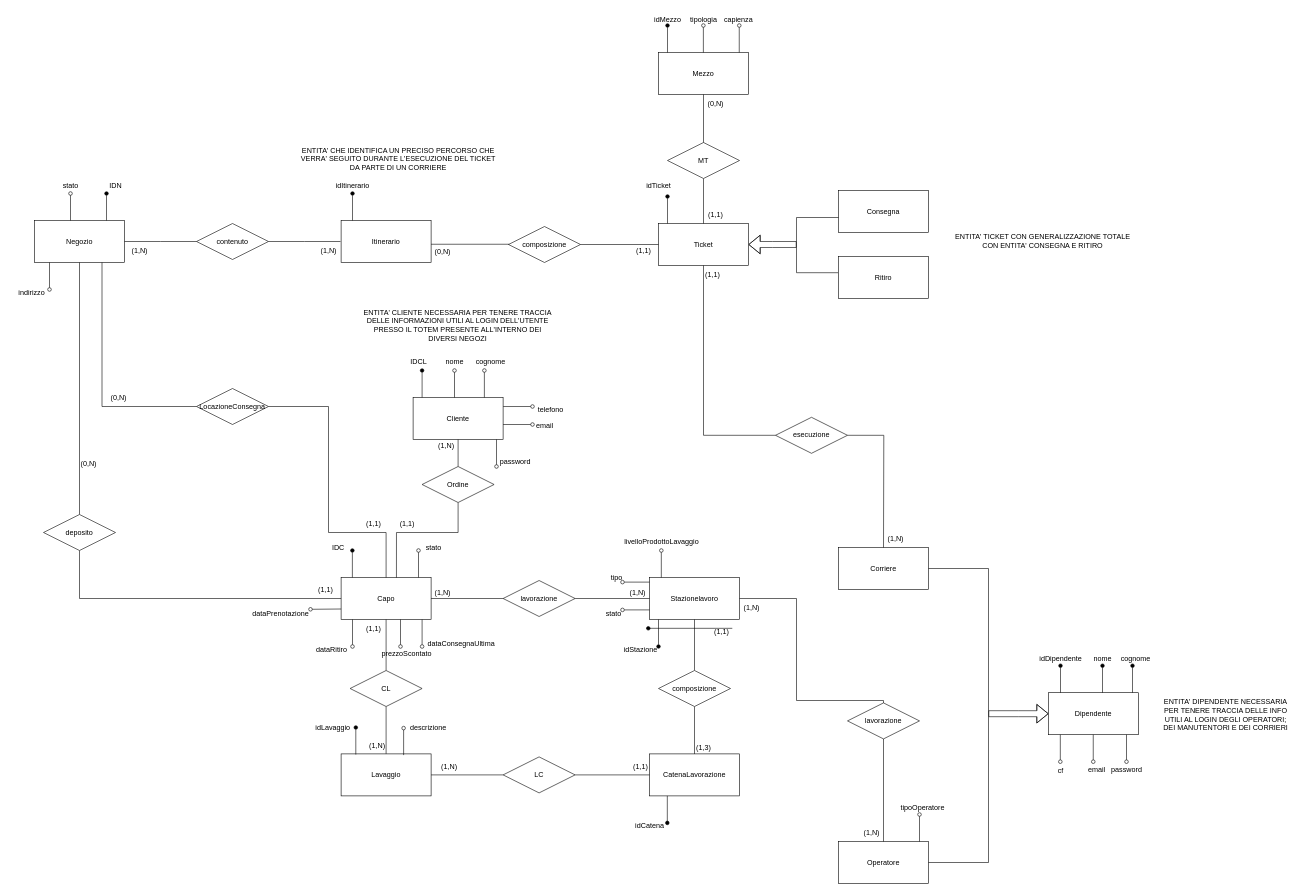
IngSW-unipv/Progetto-M25 keeps this draw.io diagram as Docs/8 - ModelloER/8 - ModelloER_v2.drawio. Above is the earlier version. Source tidied: cells renumbered, new cells numbered last; positions are measured from the earlier drawing's top-left corner, leaving out a move shared by most shapes. Both pictures are drawn from the tidied source at 60%, with x=0, y=0 at pixel (10, 10).
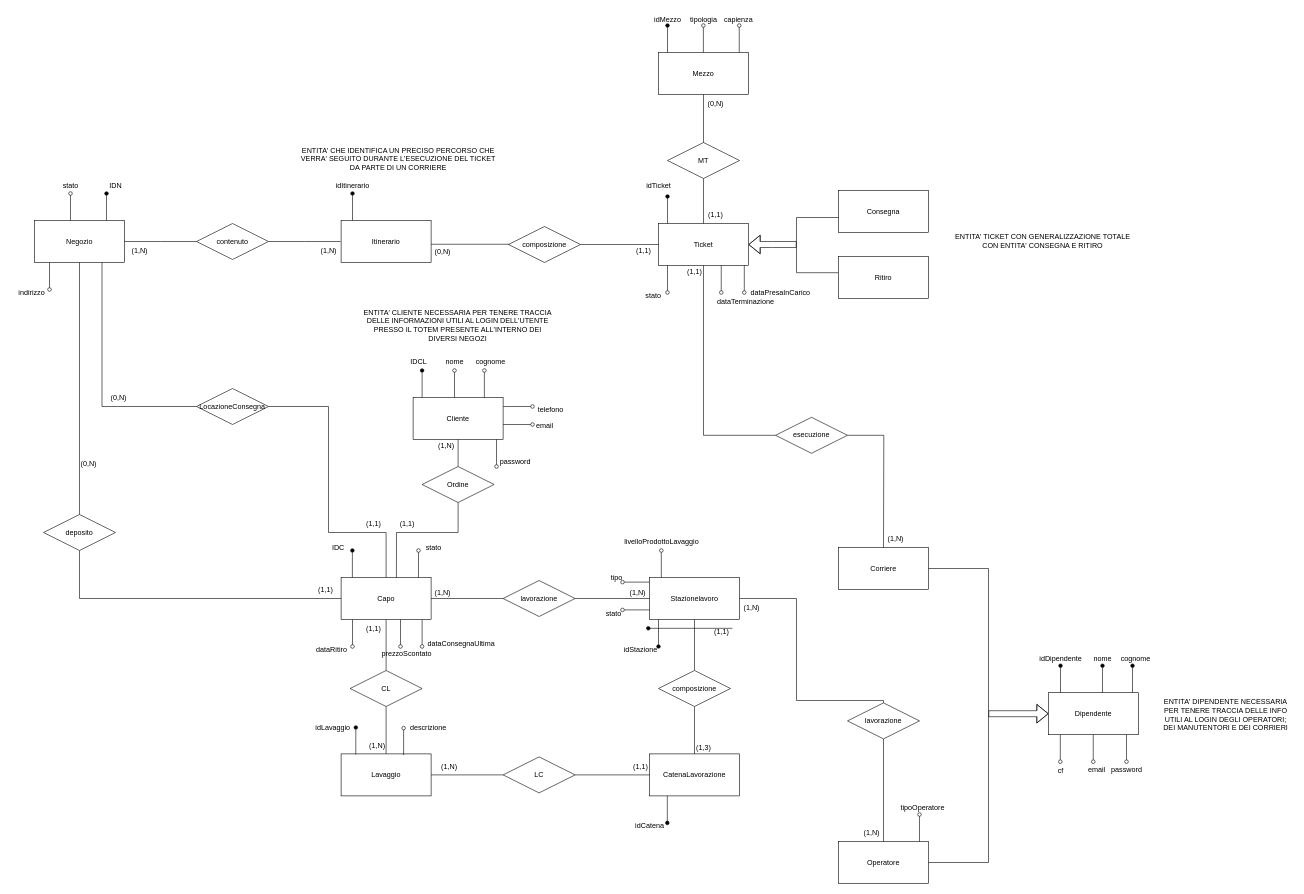
Above is the later version.

Commit message (it also covers changes not shown here):
commit parziale lavoro 12/02

The change refers to these unchanged cells:
```xml
<mxCell id="4" value="Capo" style="whiteSpace=wrap;html=1;align=center;" parent="1" vertex="1">
  <mxGeometry x="551" y="945" width="150" height="70" as="geometry" />
</mxCell>
```

What changed in the source:
```diff
@@
     <mxCell id="116" value="(1,1)" style="text;html=1;align=center;verticalAlign=middle;strokeColor=none;fillColor=none;" parent="1" vertex="1">
-      <mxGeometry x="1145" y="425" width="50" height="30" as="geometry" />
+      <mxGeometry x="1115" y="420" width="50" height="30" as="geometry" />
     </mxCell>
@@
-    <mxCell id="143" style="endArrow=none;html=1;rounded=0;endFill=1;startArrow=oval;startFill=0;entryX=0;entryY=0.75;entryDx=0;entryDy=0;" parent="1" edge="1" target="4">
-      <mxGeometry relative="1" as="geometry">
-        <mxPoint x="500" y="998" as="sourcePoint" />
-      </mxGeometry>
-    </mxCell>
-    <mxCell id="144" value="dataPrenotazione" style="text;html=1;align=center;verticalAlign=middle;strokeColor=none;fillColor=none;" parent="1" vertex="1">
-      <mxGeometry x="390" y="991" width="120" height="30" as="geometry" />
-    </mxCell>
@@
+    <mxCell id="153" style="endArrow=none;html=1;rounded=0;endFill=0;startArrow=oval;startFill=0;" parent="1" edge="1">
+      <mxGeometry relative="1" as="geometry">
+        <mxPoint x="1095" y="470" as="sourcePoint" />
+        <mxPoint x="1095" y="425" as="targetPoint" />
+      </mxGeometry>
+    </mxCell>
+    <mxCell id="154" value="stato" style="text;html=1;align=center;verticalAlign=middle;strokeColor=none;fillColor=none;" parent="1" vertex="1">
+      <mxGeometry x="1046" y="460" width="50" height="30" as="geometry" />
+    </mxCell>
+    <mxCell id="155" style="endArrow=none;html=1;rounded=0;endFill=0;startArrow=oval;startFill=0;" parent="1" edge="1">
+      <mxGeometry relative="1" as="geometry">
+        <mxPoint x="1223" y="470" as="sourcePoint" />
+        <mxPoint x="1223" y="425" as="targetPoint" />
+      </mxGeometry>
+    </mxCell>
+    <mxCell id="156" value="dataPresaInCarico" style="text;html=1;align=center;verticalAlign=middle;strokeColor=none;fillColor=none;" parent="1" vertex="1">
+      <mxGeometry x="1223" y="455" width="120" height="30" as="geometry" />
+    </mxCell>
+    <mxCell id="157" style="endArrow=none;html=1;rounded=0;endFill=0;startArrow=oval;startFill=0;" parent="1" edge="1">
+      <mxGeometry relative="1" as="geometry">
+        <mxPoint x="1184.6" y="470" as="sourcePoint" />
+        <mxPoint x="1184.6" y="425" as="targetPoint" />
+      </mxGeometry>
+    </mxCell>
+    <mxCell id="158" value="dataTerminazione" style="text;html=1;align=center;verticalAlign=middle;strokeColor=none;fillColor=none;" parent="1" vertex="1">
+      <mxGeometry x="1165" y="470" width="120" height="30" as="geometry" />
+    </mxCell>
```
